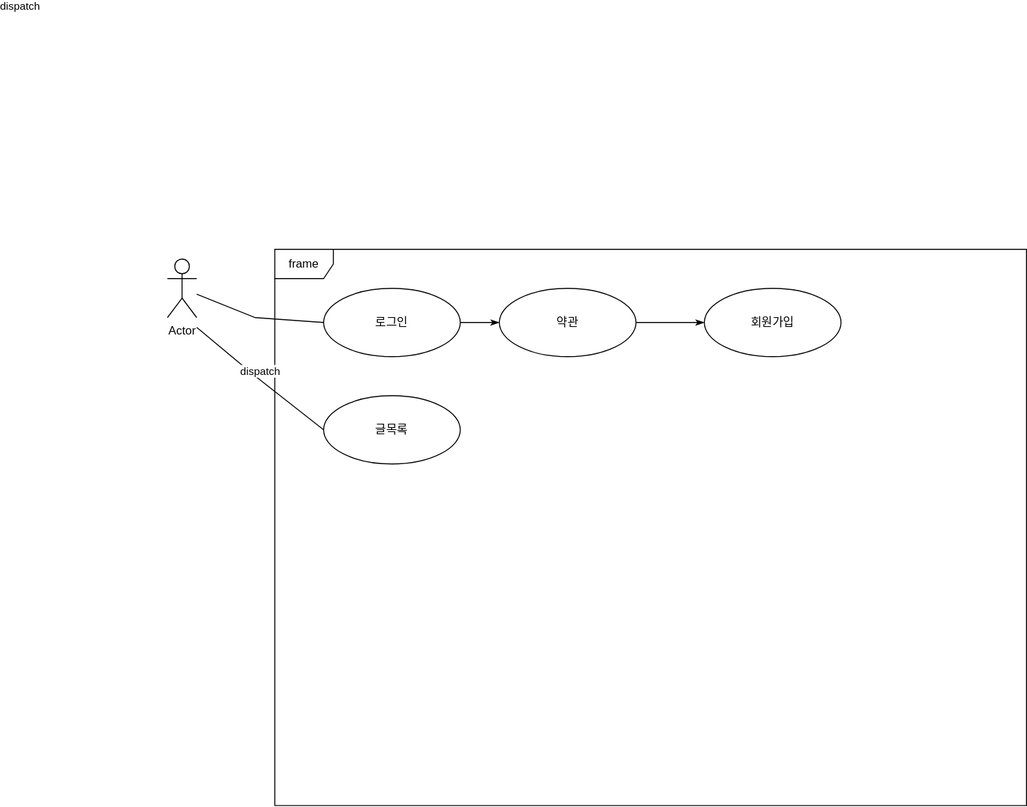
vhfl1/JSP keeps this draw.io diagram as jBoard1/게시판 서비스.drawio.svg. Above is the earlier version. Source tidied: cells renumbered, new cells last; positions are measured from the earlier drawing's top-left corner, leaving out a move shared by most shapes. Source of this version:
```xml
<mxGraphModel>
  <root>
    <mxCell id="0" />
    <mxCell id="1" parent="0" />
    <mxCell id="2" value="Actor" style="shape=umlActor;verticalLabelPosition=bottom;verticalAlign=top;html=1;" parent="1" vertex="1">
      <mxGeometry y="10" width="30" height="60" as="geometry" />
    </mxCell>
    <mxCell id="3" value="frame" style="shape=umlFrame;whiteSpace=wrap;html=1;" parent="1" vertex="1">
      <mxGeometry x="110" width="770" height="570" as="geometry" />
    </mxCell>
    <mxCell id="4" style="edgeStyle=orthogonalEdgeStyle;rounded=0;jettySize=auto;html=1;exitX=1;exitY=0.5;exitDx=0;exitDy=0;entryX=0;entryY=0.5;entryDx=0;entryDy=0;endArrow=classicThin;endFill=1;" parent="1" edge="1" source="5" target="10">
      <mxGeometry relative="1" as="geometry" />
    </mxCell>
    <mxCell id="5" value="로그인" style="ellipse;whiteSpace=wrap;html=1;" parent="1" vertex="1">
      <mxGeometry x="160" y="40" width="140" height="70" as="geometry" />
    </mxCell>
    <mxCell id="6" value="글목록" style="ellipse;whiteSpace=wrap;html=1;direction=west;" parent="1" vertex="1">
      <mxGeometry x="160" y="150" width="140" height="70" as="geometry" />
    </mxCell>
    <mxCell id="7" value="dispatch" style="html=1;verticalAlign=bottom;endArrow=none;rounded=0;entryX=0;entryY=0.5;entryDx=0;entryDy=0;endFill=0;" parent="1" edge="1" source="2" target="5">
      <mxGeometry x="-1" y="482" relative="1" as="geometry">
        <Array as="points">
          <mxPoint x="90" y="70" />
        </Array>
        <mxPoint x="-360" y="162" as="offset" />
      </mxGeometry>
    </mxCell>
    <mxCell id="8" value="dispatch" style="html=1;verticalAlign=bottom;endArrow=none;rounded=0;entryX=1;entryY=0.5;entryDx=0;entryDy=0;endFill=0;" parent="1" edge="1" target="6">
      <mxGeometry relative="1" as="geometry">
        <mxPoint x="30" y="80" as="sourcePoint" />
        <Array as="points">
          <mxPoint x="90" y="130" />
        </Array>
      </mxGeometry>
    </mxCell>
    <mxCell id="9" style="edgeStyle=orthogonalEdgeStyle;rounded=0;jettySize=auto;html=1;exitX=1;exitY=0.5;exitDx=0;exitDy=0;endArrow=classicThin;endFill=1;" parent="1" edge="1" source="10" target="11">
      <mxGeometry relative="1" as="geometry" />
    </mxCell>
    <mxCell id="10" value="약관" style="ellipse;whiteSpace=wrap;html=1;" parent="1" vertex="1">
      <mxGeometry x="340" y="40" width="140" height="70" as="geometry" />
    </mxCell>
    <mxCell id="11" value="회원가입" style="ellipse;whiteSpace=wrap;html=1;" parent="1" vertex="1">
      <mxGeometry x="550" y="40" width="140" height="70" as="geometry" />
    </mxCell>
  </root>
</mxGraphModel>
```
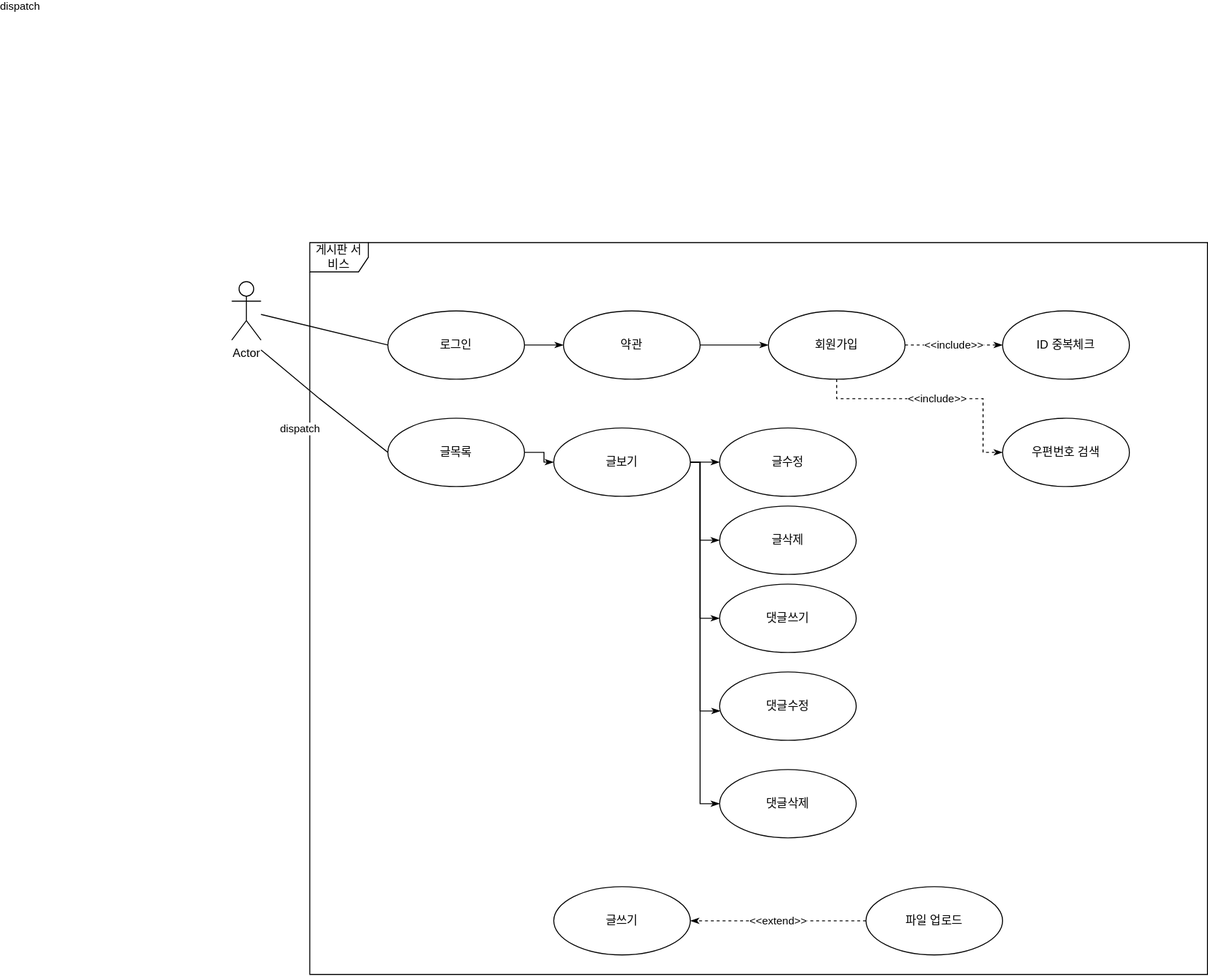
Later version of the same file.

Commit message:
게시판 서비스.drawio.svg 업데이트

Change to the diagram source:
```diff
@@ -5,8 +5,8 @@
     <mxCell id="2" value="Actor" style="shape=umlActor;verticalLabelPosition=bottom;verticalAlign=top;html=1;" parent="1" vertex="1">
       <mxGeometry y="10" width="30" height="60" as="geometry" />
     </mxCell>
-    <mxCell id="3" value="frame" style="shape=umlFrame;whiteSpace=wrap;html=1;" parent="1" vertex="1">
-      <mxGeometry x="110" width="770" height="570" as="geometry" />
+    <mxCell id="3" value="게시판 서비스" style="shape=umlFrame;whiteSpace=wrap;html=1;" parent="1" vertex="1">
+      <mxGeometry x="80" y="-30" width="920" height="750" as="geometry" />
     </mxCell>
     <mxCell id="4" style="edgeStyle=orthogonalEdgeStyle;rounded=0;jettySize=auto;html=1;exitX=1;exitY=0.5;exitDx=0;exitDy=0;entryX=0;entryY=0.5;entryDx=0;entryDy=0;endArrow=classicThin;endFill=1;" parent="1" edge="1" source="5" target="10">
       <mxGeometry relative="1" as="geometry" />
@@ -14,19 +14,19 @@
     <mxCell id="5" value="로그인" style="ellipse;whiteSpace=wrap;html=1;" parent="1" vertex="1">
       <mxGeometry x="160" y="40" width="140" height="70" as="geometry" />
     </mxCell>
+    <mxCell id="12" style="edgeStyle=orthogonalEdgeStyle;rounded=0;jettySize=auto;html=1;entryX=1;entryY=0.5;entryDx=0;entryDy=0;endArrow=classicThin;endFill=1;" parent="1" edge="1" source="6" target="22">
+      <mxGeometry relative="1" as="geometry" />
+    </mxCell>
     <mxCell id="6" value="글목록" style="ellipse;whiteSpace=wrap;html=1;direction=west;" parent="1" vertex="1">
       <mxGeometry x="160" y="150" width="140" height="70" as="geometry" />
     </mxCell>
     <mxCell id="7" value="dispatch" style="html=1;verticalAlign=bottom;endArrow=none;rounded=0;entryX=0;entryY=0.5;entryDx=0;entryDy=0;endFill=0;" parent="1" edge="1" source="2" target="5">
       <mxGeometry x="-1" y="482" relative="1" as="geometry">
-        <Array as="points">
-          <mxPoint x="90" y="70" />
-        </Array>
         <mxPoint x="-360" y="162" as="offset" />
       </mxGeometry>
     </mxCell>
     <mxCell id="8" value="dispatch" style="html=1;verticalAlign=bottom;endArrow=none;rounded=0;entryX=1;entryY=0.5;entryDx=0;entryDy=0;endFill=0;" parent="1" edge="1" target="6">
-      <mxGeometry relative="1" as="geometry">
+      <mxGeometry x="0.04" y="-44" relative="1" as="geometry">
         <mxPoint x="30" y="80" as="sourcePoint" />
         <Array as="points">
           <mxPoint x="90" y="130" />
@@ -39,8 +39,88 @@
     <mxCell id="10" value="약관" style="ellipse;whiteSpace=wrap;html=1;" parent="1" vertex="1">
       <mxGeometry x="340" y="40" width="140" height="70" as="geometry" />
     </mxCell>
+    <mxCell id="13" value="&amp;lt;&amp;lt;include&amp;gt;&amp;gt;" style="edgeStyle=orthogonalEdgeStyle;rounded=0;jettySize=auto;html=1;endArrow=classicThin;endFill=1;dashed=1;" parent="1" edge="1" source="11" target="15">
+      <mxGeometry relative="1" as="geometry" />
+    </mxCell>
+    <mxCell id="14" value="&amp;lt;&amp;lt;include&amp;gt;&amp;gt;" style="edgeStyle=orthogonalEdgeStyle;rounded=0;jettySize=auto;html=1;dashed=1;endArrow=classicThin;endFill=1;" parent="1" edge="1" source="11" target="16">
+      <mxGeometry relative="1" as="geometry">
+        <Array as="points">
+          <mxPoint x="620" y="130" />
+          <mxPoint x="770" y="130" />
+          <mxPoint x="770" y="185" />
+        </Array>
+      </mxGeometry>
+    </mxCell>
     <mxCell id="11" value="회원가입" style="ellipse;whiteSpace=wrap;html=1;" parent="1" vertex="1">
       <mxGeometry x="550" y="40" width="140" height="70" as="geometry" />
     </mxCell>
+    <mxCell id="15" value="ID 중복체크" style="ellipse;whiteSpace=wrap;html=1;" parent="1" vertex="1">
+      <mxGeometry x="790" y="40" width="130" height="70" as="geometry" />
+    </mxCell>
+    <mxCell id="16" value="우편번호 검색" style="ellipse;whiteSpace=wrap;html=1;" parent="1" vertex="1">
+      <mxGeometry x="790" y="150" width="130" height="70" as="geometry" />
+    </mxCell>
+    <mxCell id="17" style="edgeStyle=orthogonalEdgeStyle;rounded=0;jettySize=auto;html=1;entryX=1;entryY=0.5;entryDx=0;entryDy=0;endArrow=classicThin;endFill=1;" parent="1" edge="1" source="22" target="24">
+      <mxGeometry relative="1" as="geometry" />
+    </mxCell>
+    <mxCell id="18" style="edgeStyle=orthogonalEdgeStyle;rounded=0;jettySize=auto;html=1;endArrow=classicThin;endFill=1;" parent="1" edge="1" source="22" target="25">
+      <mxGeometry relative="1" as="geometry">
+        <Array as="points">
+          <mxPoint x="480" y="195" />
+          <mxPoint x="480" y="275" />
+        </Array>
+      </mxGeometry>
+    </mxCell>
+    <mxCell id="19" style="edgeStyle=orthogonalEdgeStyle;rounded=0;jettySize=auto;html=1;endArrow=classicThin;endFill=1;" parent="1" edge="1" source="22" target="26">
+      <mxGeometry relative="1" as="geometry">
+        <Array as="points">
+          <mxPoint x="480" y="195" />
+          <mxPoint x="480" y="355" />
+        </Array>
+      </mxGeometry>
+    </mxCell>
+    <mxCell id="20" style="edgeStyle=orthogonalEdgeStyle;rounded=0;jettySize=auto;html=1;endArrow=classicThin;endFill=1;" parent="1" edge="1" source="22" target="28">
+      <mxGeometry relative="1" as="geometry">
+        <Array as="points">
+          <mxPoint x="480" y="195" />
+          <mxPoint x="480" y="545" />
+        </Array>
+      </mxGeometry>
+    </mxCell>
+    <mxCell id="21" style="edgeStyle=orthogonalEdgeStyle;rounded=0;jettySize=auto;html=1;endArrow=classicThin;endFill=1;" parent="1" edge="1" source="22" target="27">
+      <mxGeometry relative="1" as="geometry">
+        <Array as="points">
+          <mxPoint x="480" y="195" />
+          <mxPoint x="480" y="450" />
+        </Array>
+      </mxGeometry>
+    </mxCell>
+    <mxCell id="22" value="글보기" style="ellipse;whiteSpace=wrap;html=1;direction=west;" parent="1" vertex="1">
+      <mxGeometry x="330" y="160" width="140" height="70" as="geometry" />
+    </mxCell>
+    <mxCell id="23" value="글쓰기" style="ellipse;whiteSpace=wrap;html=1;direction=west;" parent="1" vertex="1">
+      <mxGeometry x="330" y="630" width="140" height="70" as="geometry" />
+    </mxCell>
+    <mxCell id="24" value="글수정" style="ellipse;whiteSpace=wrap;html=1;direction=west;" parent="1" vertex="1">
+      <mxGeometry x="500" y="160" width="140" height="70" as="geometry" />
+    </mxCell>
+    <mxCell id="25" value="글삭제" style="ellipse;whiteSpace=wrap;html=1;direction=west;" parent="1" vertex="1">
+      <mxGeometry x="500" y="240" width="140" height="70" as="geometry" />
+    </mxCell>
+    <mxCell id="26" value="댓글쓰기" style="ellipse;whiteSpace=wrap;html=1;direction=west;" parent="1" vertex="1">
+      <mxGeometry x="500" y="320" width="140" height="70" as="geometry" />
+    </mxCell>
+    <mxCell id="27" value="댓글수정" style="ellipse;whiteSpace=wrap;html=1;direction=west;" parent="1" vertex="1">
+      <mxGeometry x="500" y="410" width="140" height="70" as="geometry" />
+    </mxCell>
+    <mxCell id="28" value="댓글삭제" style="ellipse;whiteSpace=wrap;html=1;direction=west;" parent="1" vertex="1">
+      <mxGeometry x="500" y="510" width="140" height="70" as="geometry" />
+    </mxCell>
+    <mxCell id="29" value="&amp;lt;&amp;lt;extend&amp;gt;&amp;gt;" style="edgeStyle=orthogonalEdgeStyle;rounded=0;jettySize=auto;html=1;exitX=1;exitY=0.5;exitDx=0;exitDy=0;endArrow=classicThin;endFill=1;dashed=1;" parent="1" edge="1" source="30" target="23">
+      <mxGeometry relative="1" as="geometry" />
+    </mxCell>
+    <mxCell id="30" value="파일 업로드" style="ellipse;whiteSpace=wrap;html=1;direction=west;" parent="1" vertex="1">
+      <mxGeometry x="650" y="630" width="140" height="70" as="geometry" />
+    </mxCell>
   </root>
 </mxGraphModel>
```
